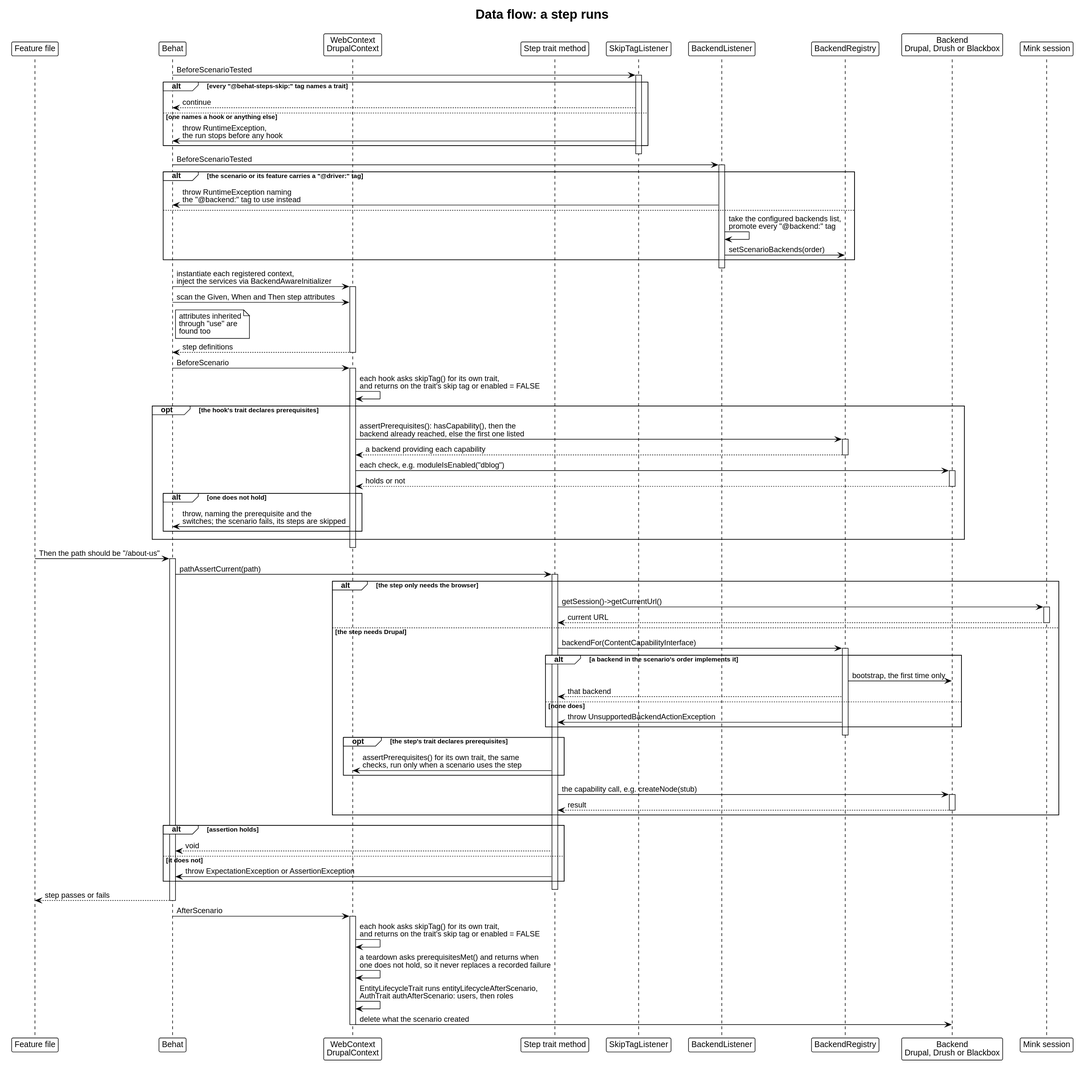
The PlantUML diagram docs/architecture/dataflow-step.svg in drevops/behat-steps, before a commit.
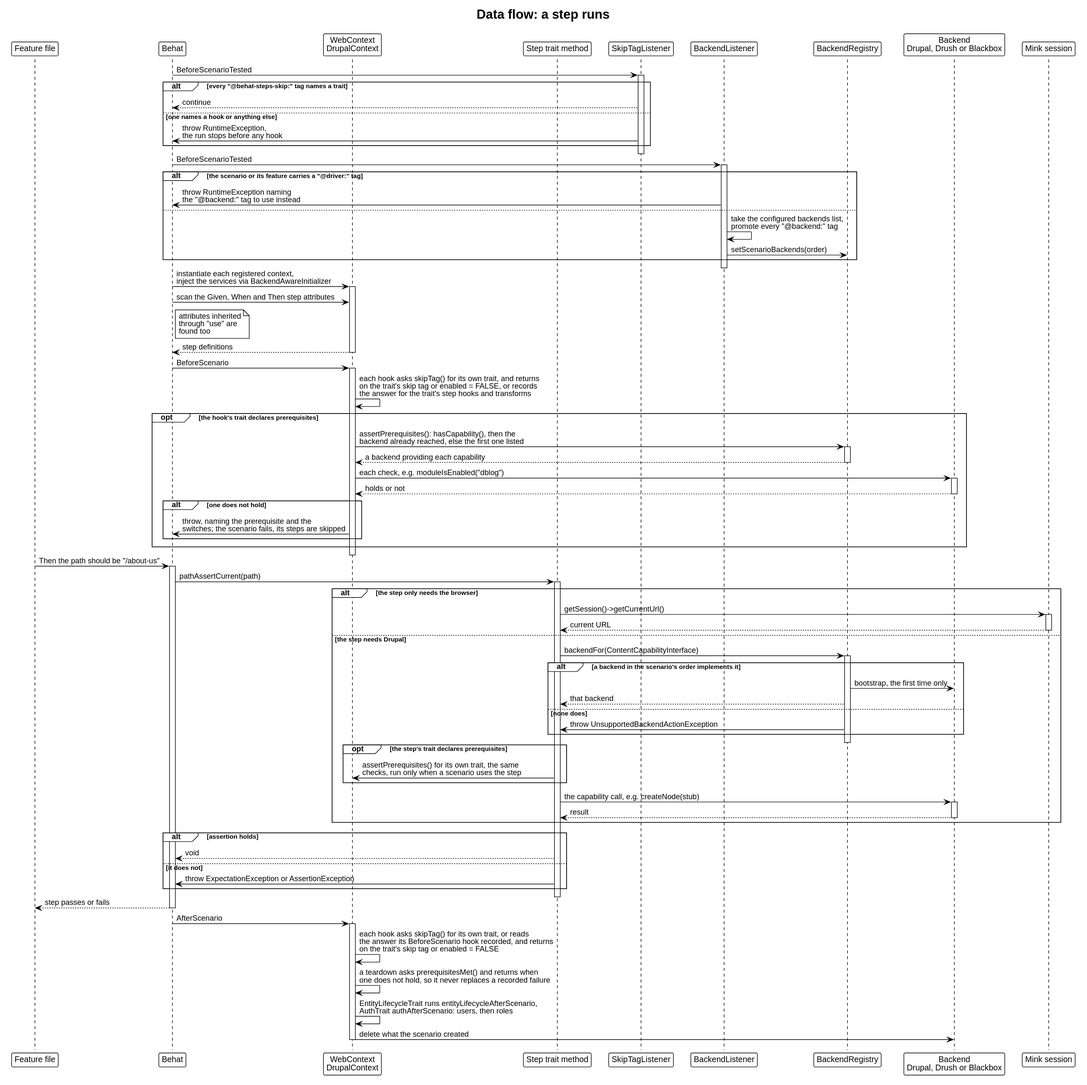
The same file after the commit.

Commit message:
[#985] Described both skip guard shapes and the missing-element exception rule in the architecture docs.

Diff of the diagram source:
```diff
@@ -43,7 +43,7 @@
 
 Behat -> Ctx: BeforeScenario
 activate Ctx
-Ctx -> Ctx: each hook asks skipTag() for its own trait,\nand returns on the trait's skip tag or enabled = FALSE
+Ctx -> Ctx: each hook asks skipTag() for its own trait, and returns\non the trait's skip tag or enabled = FALSE, or records\nthe answer for the trait's step hooks and transforms
 opt the hook's trait declares prerequisites
   Ctx -> Registry: assertPrerequisites(): hasCapability(), then the\nbackend already reached, else the first one listed
   activate Registry
@@ -100,7 +100,7 @@
 
 Behat -> Ctx: AfterScenario
 activate Ctx
-Ctx -> Ctx: each hook asks skipTag() for its own trait,\nand returns on the trait's skip tag or enabled = FALSE
+Ctx -> Ctx: each hook asks skipTag() for its own trait, or reads\nthe answer its BeforeScenario hook recorded, and returns\non the trait's skip tag or enabled = FALSE
 Ctx -> Ctx: a teardown asks prerequisitesMet() and returns when\none does not hold, so it never replaces a recorded failure
 Ctx -> Ctx: EntityLifecycleTrait runs entityLifecycleAfterScenario,\nAuthTrait authAfterScenario: users, then roles
 Ctx -> Backend: delete what the scenario created
```
